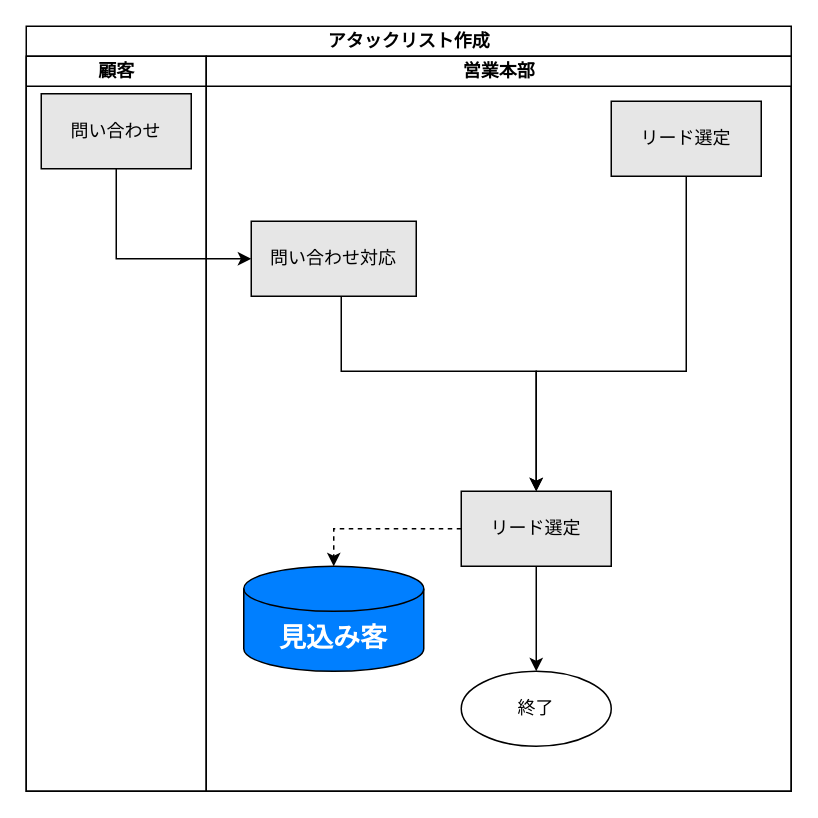
Earlier version of the draw.io diagram page "アタックリスト作成" (2 of 6) of 20230622To-Be業務フロー図.drawio (TaikiHorita/TaikiRepository). Source tidied: cells renumbered, new cells numbered last; positions are measured from the earlier drawing's top-left corner, leaving out a move shared by most shapes. Both pictures are drawn from the tidied source at 150%, with x=0, y=0 at pixel (26, 26).
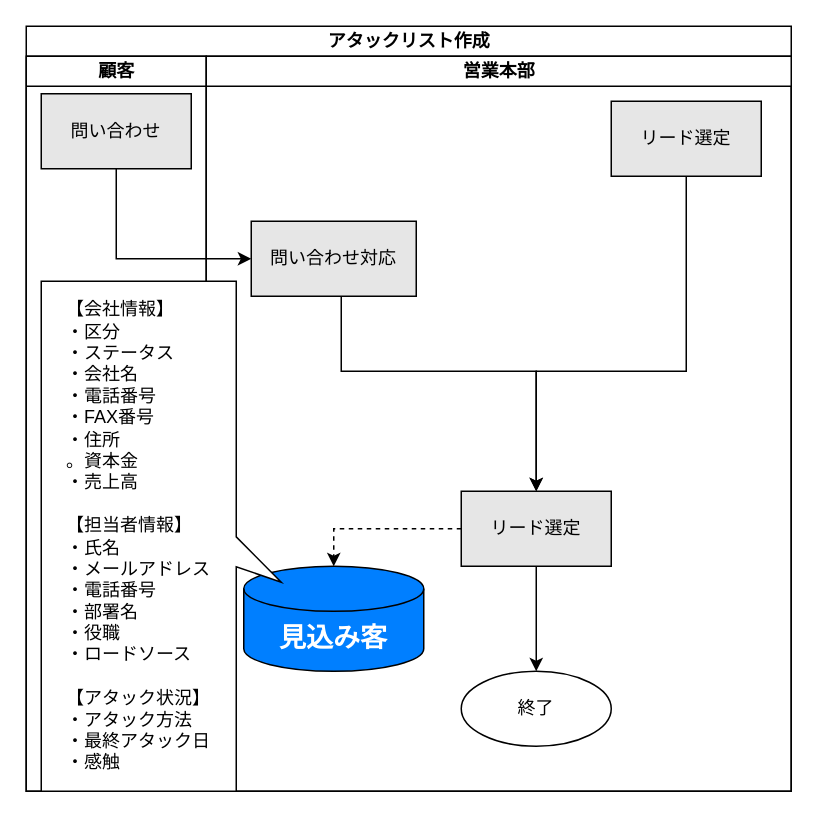
Above is the later version.

Unchanged cells that the change refers to:
```xml
<mxCell id="5" value="営業本部" style="swimlane;startSize=20;html=1;" parent="2" vertex="1">
  <mxGeometry x="120" y="20" width="390" height="490" as="geometry" />
</mxCell>
```

Change to the diagram source:
```diff
@@
+    <mxCell id="16" value="&lt;div style=&quot;text-align: left;&quot;&gt;&lt;span style=&quot;background-color: initial;&quot;&gt;【会社情報】&lt;/span&gt;&lt;/div&gt;&lt;div style=&quot;text-align: left;&quot;&gt;&lt;span style=&quot;background-color: initial;&quot;&gt;・区分&lt;/span&gt;&lt;/div&gt;&lt;div style=&quot;text-align: left;&quot;&gt;&lt;span style=&quot;background-color: initial;&quot;&gt;・ステータス&lt;/span&gt;&lt;/div&gt;&lt;div style=&quot;text-align: left;&quot;&gt;&lt;span style=&quot;background-color: initial;&quot;&gt;・会社名&lt;/span&gt;&lt;/div&gt;&lt;div style=&quot;text-align: left;&quot;&gt;&lt;span style=&quot;background-color: initial;&quot;&gt;・電話番号&lt;/span&gt;&lt;/div&gt;&lt;div style=&quot;text-align: left;&quot;&gt;&lt;span style=&quot;background-color: initial;&quot;&gt;・FAX番号&lt;/span&gt;&lt;/div&gt;&lt;div style=&quot;text-align: left;&quot;&gt;&lt;span style=&quot;background-color: initial;&quot;&gt;・住所&lt;/span&gt;&lt;/div&gt;&lt;div style=&quot;text-align: left;&quot;&gt;&lt;span style=&quot;background-color: initial;&quot;&gt;。資本金&lt;/span&gt;&lt;/div&gt;&lt;div style=&quot;text-align: left;&quot;&gt;&lt;span style=&quot;background-color: initial;&quot;&gt;・売上高&lt;/span&gt;&lt;/div&gt;&lt;div style=&quot;text-align: left;&quot;&gt;&lt;br&gt;&lt;/div&gt;&lt;div style=&quot;text-align: left;&quot;&gt;&lt;span style=&quot;background-color: initial;&quot;&gt;【担当者情報】&lt;/span&gt;&lt;/div&gt;&lt;div style=&quot;text-align: left;&quot;&gt;&lt;span style=&quot;background-color: initial;&quot;&gt;・氏名&lt;/span&gt;&lt;/div&gt;&lt;div style=&quot;text-align: left;&quot;&gt;&lt;span style=&quot;background-color: initial;&quot;&gt;・メールアドレス&lt;/span&gt;&lt;/div&gt;&lt;div style=&quot;text-align: left;&quot;&gt;&lt;span style=&quot;background-color: initial;&quot;&gt;・電話番号&lt;/span&gt;&lt;/div&gt;&lt;div style=&quot;text-align: left;&quot;&gt;&lt;span style=&quot;background-color: initial;&quot;&gt;・部署名&lt;/span&gt;&lt;/div&gt;&lt;div style=&quot;text-align: left;&quot;&gt;&lt;span style=&quot;background-color: initial;&quot;&gt;・役職&lt;/span&gt;&lt;/div&gt;&lt;div style=&quot;text-align: left;&quot;&gt;&lt;span style=&quot;background-color: initial;&quot;&gt;・ロードソース&lt;/span&gt;&lt;/div&gt;&lt;div style=&quot;text-align: left;&quot;&gt;&lt;br&gt;&lt;/div&gt;&lt;div style=&quot;text-align: left;&quot;&gt;&lt;span style=&quot;background-color: initial;&quot;&gt;【アタック状況】&lt;/span&gt;&lt;/div&gt;&lt;div style=&quot;text-align: left;&quot;&gt;&lt;span style=&quot;background-color: initial;&quot;&gt;・アタック方法&lt;/span&gt;&lt;/div&gt;&lt;div style=&quot;text-align: left;&quot;&gt;&lt;span style=&quot;background-color: initial;&quot;&gt;・最終アタック日&lt;/span&gt;&lt;/div&gt;&lt;div style=&quot;text-align: left;&quot;&gt;&lt;span style=&quot;background-color: initial;&quot;&gt;・感触&lt;/span&gt;&lt;/div&gt;" style="shape=callout;whiteSpace=wrap;html=1;perimeter=calloutPerimeter;direction=north;base=20;size=30;position=0.44;position2=0.41;" parent="5" vertex="1">
+      <mxGeometry x="-110" y="150" width="160" height="340" as="geometry" />
+    </mxCell>
```
